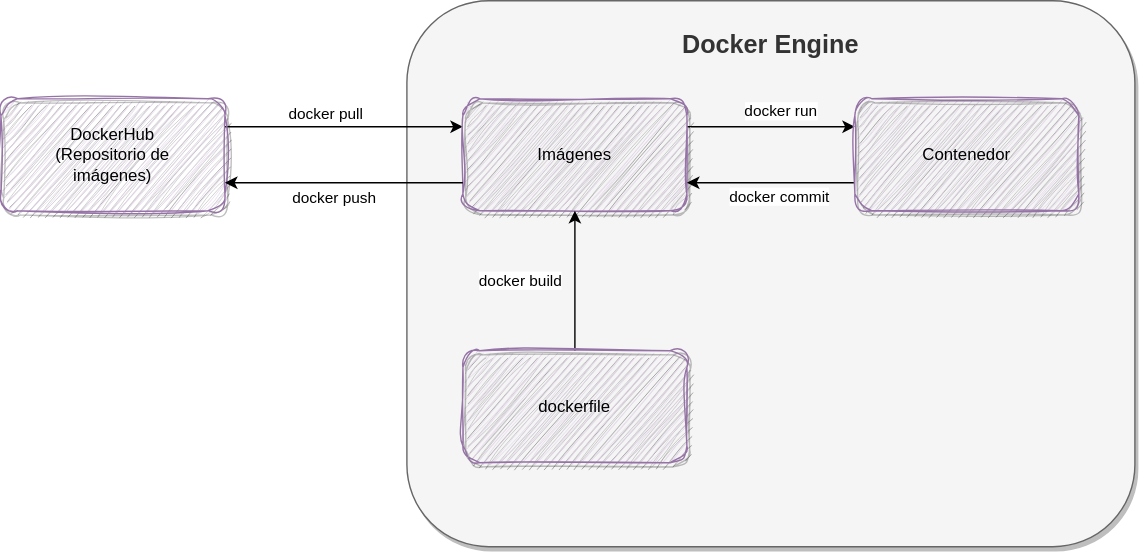
Earlier version of the draw.io export diagramas/workflow.drawio.svg (pabpereza/curso-docker). Source tidied: cells renumbered, new cells last; positions are measured from the earlier drawing's top-left corner, leaving out a move shared by most shapes. Its diagram source:
```xml
<mxGraphModel>
  <root>
    <mxCell id="0" />
    <mxCell id="1" parent="0" />
    <mxCell id="2" value="&lt;h2&gt;Docker Engine&lt;/h2&gt;" style="rounded=1;whiteSpace=wrap;html=1;verticalAlign=top;fillColor=#f5f5f5;strokeColor=#666666;glass=0;shadow=1;fontColor=#333333;" parent="1" vertex="1">
      <mxGeometry x="290" width="520" height="390" as="geometry" />
    </mxCell>
    <mxCell id="3" style="edgeStyle=none;html=1;exitX=1;exitY=0.25;exitDx=0;exitDy=0;entryX=0;entryY=0.25;entryDx=0;entryDy=0;flowAnimation=0;" parent="1" edge="1" source="5" target="8">
      <mxGeometry relative="1" as="geometry" />
    </mxCell>
    <mxCell id="4" value="docker pull" style="edgeLabel;html=1;align=center;verticalAlign=middle;" parent="3" vertex="1">
      <mxGeometry x="-0.27" y="-1" relative="1" as="geometry">
        <mxPoint x="9" y="-11" as="offset" />
      </mxGeometry>
    </mxCell>
    <mxCell id="5" value="DockerHub&lt;br&gt;(Repositorio de&lt;br&gt;imágenes)" style="rounded=1;whiteSpace=wrap;html=1;sketch=1;curveFitting=1;jiggle=2;fillColor=#e1d5e7;strokeColor=#9673a6;shadow=1;" parent="1" vertex="1">
      <mxGeometry y="70" width="160" height="80" as="geometry" />
    </mxCell>
    <mxCell id="6" style="edgeStyle=none;html=1;exitX=1;exitY=0.25;exitDx=0;exitDy=0;entryX=0;entryY=0.25;entryDx=0;entryDy=0;" parent="1" edge="1" source="8" target="13">
      <mxGeometry relative="1" as="geometry" />
    </mxCell>
    <mxCell id="7" value="docker run" style="edgeLabel;html=1;align=center;verticalAlign=middle;" parent="6" vertex="1">
      <mxGeometry x="0.41" relative="1" as="geometry">
        <mxPoint x="-18" y="-12" as="offset" />
      </mxGeometry>
    </mxCell>
    <mxCell id="8" value="Imágenes" style="rounded=1;whiteSpace=wrap;html=1;sketch=1;curveFitting=1;jiggle=2;fillColor=#e1d5e7;strokeColor=#9673a6;shadow=1;" parent="1" vertex="1">
      <mxGeometry x="330" y="70" width="160" height="80" as="geometry" />
    </mxCell>
    <mxCell id="9" style="edgeStyle=none;html=1;exitX=0;exitY=0.75;exitDx=0;exitDy=0;entryX=1;entryY=0.75;entryDx=0;entryDy=0;" parent="1" edge="1" source="8" target="5">
      <mxGeometry relative="1" as="geometry" />
    </mxCell>
    <mxCell id="10" value="docker push" style="edgeLabel;html=1;align=center;verticalAlign=middle;" parent="9" vertex="1">
      <mxGeometry x="-0.27" y="-1" relative="1" as="geometry">
        <mxPoint x="-30" y="11" as="offset" />
      </mxGeometry>
    </mxCell>
    <mxCell id="11" style="edgeStyle=none;html=1;exitX=0;exitY=0.75;exitDx=0;exitDy=0;entryX=1;entryY=0.75;entryDx=0;entryDy=0;" parent="1" edge="1" source="13" target="8">
      <mxGeometry relative="1" as="geometry" />
    </mxCell>
    <mxCell id="12" value="docker commit" style="edgeLabel;html=1;align=center;verticalAlign=middle;" parent="11" vertex="1">
      <mxGeometry x="-0.53" y="1" relative="1" as="geometry">
        <mxPoint x="-27" y="8" as="offset" />
      </mxGeometry>
    </mxCell>
    <mxCell id="13" value="Contenedor" style="rounded=1;whiteSpace=wrap;html=1;sketch=1;curveFitting=1;jiggle=2;fillColor=#e1d5e7;strokeColor=#9673a6;shadow=1;" parent="1" vertex="1">
      <mxGeometry x="610" y="70" width="160" height="80" as="geometry" />
    </mxCell>
    <mxCell id="14" style="edgeStyle=none;html=1;entryX=0.5;entryY=1;entryDx=0;entryDy=0;" parent="1" edge="1" source="16" target="8">
      <mxGeometry relative="1" as="geometry" />
    </mxCell>
    <mxCell id="15" value="docker build" style="edgeLabel;html=1;align=center;verticalAlign=middle;" parent="14" vertex="1">
      <mxGeometry x="0.28" y="1" relative="1" as="geometry">
        <mxPoint x="-39" y="14" as="offset" />
      </mxGeometry>
    </mxCell>
    <mxCell id="16" value="dockerfile" style="rounded=1;whiteSpace=wrap;html=1;sketch=1;curveFitting=1;jiggle=2;fillColor=#e1d5e7;strokeColor=#9673a6;shadow=1;" parent="1" vertex="1">
      <mxGeometry x="330" y="250" width="160" height="80" as="geometry" />
    </mxCell>
  </root>
</mxGraphModel>
```
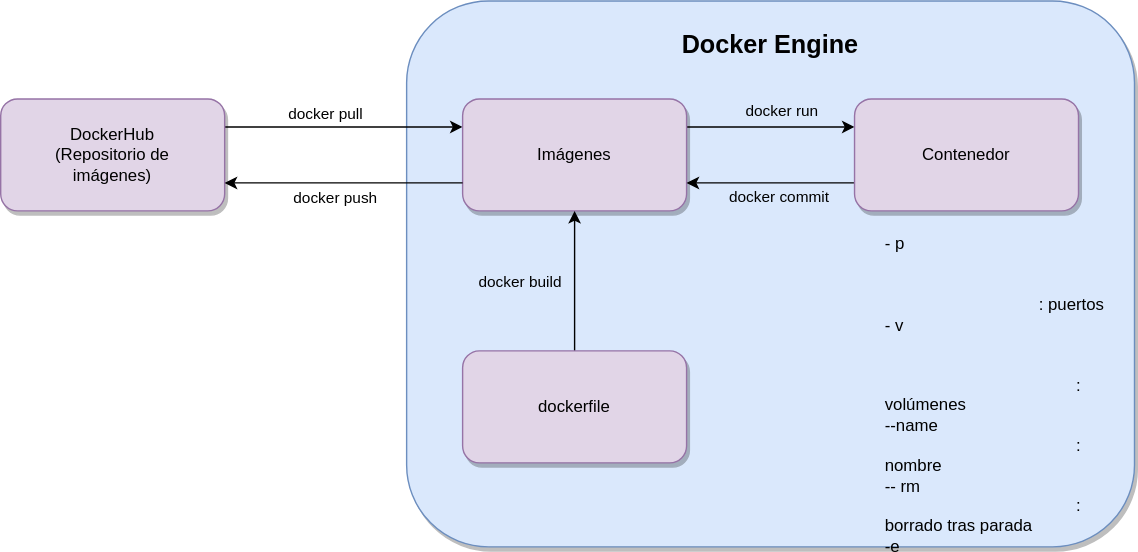
After the commit.

Commit message:
Add Docker and microservices migration guide

Change to the diagram source:
```diff
@@ -2,7 +2,7 @@
   <root>
     <mxCell id="0" />
     <mxCell id="1" parent="0" />
-    <mxCell id="2" value="&lt;h2&gt;Docker Engine&lt;/h2&gt;" style="rounded=1;whiteSpace=wrap;html=1;verticalAlign=top;fillColor=#f5f5f5;strokeColor=#666666;glass=0;shadow=1;fontColor=#333333;" parent="1" vertex="1">
+    <mxCell id="2" value="&lt;h2&gt;Docker Engine&lt;/h2&gt;" style="rounded=1;whiteSpace=wrap;html=1;verticalAlign=top;glass=0;shadow=1;fillColor=#dae8fc;strokeColor=#6c8ebf;" parent="1" vertex="1">
       <mxGeometry x="290" width="520" height="390" as="geometry" />
     </mxCell>
     <mxCell id="3" style="edgeStyle=none;html=1;exitX=1;exitY=0.25;exitDx=0;exitDy=0;entryX=0;entryY=0.25;entryDx=0;entryDy=0;flowAnimation=0;" parent="1" edge="1" source="5" target="8">
@@ -13,18 +13,18 @@
         <mxPoint x="9" y="-11" as="offset" />
       </mxGeometry>
     </mxCell>
-    <mxCell id="5" value="DockerHub&lt;br&gt;(Repositorio de&lt;br&gt;imágenes)" style="rounded=1;whiteSpace=wrap;html=1;sketch=1;curveFitting=1;jiggle=2;fillColor=#e1d5e7;strokeColor=#9673a6;shadow=1;" parent="1" vertex="1">
+    <mxCell id="5" value="DockerHub&lt;br&gt;(Repositorio de&lt;br&gt;imágenes)" style="rounded=1;whiteSpace=wrap;html=1;fillColor=#e1d5e7;strokeColor=#9673a6;shadow=1;" parent="1" vertex="1">
       <mxGeometry y="70" width="160" height="80" as="geometry" />
     </mxCell>
     <mxCell id="6" style="edgeStyle=none;html=1;exitX=1;exitY=0.25;exitDx=0;exitDy=0;entryX=0;entryY=0.25;entryDx=0;entryDy=0;" parent="1" edge="1" source="8" target="13">
       <mxGeometry relative="1" as="geometry" />
     </mxCell>
-    <mxCell id="7" value="docker run" style="edgeLabel;html=1;align=center;verticalAlign=middle;" parent="6" vertex="1">
+    <mxCell id="7" value="docker run" style="edgeLabel;html=1;align=center;verticalAlign=middle;labelBackgroundColor=none;" parent="6" vertex="1">
       <mxGeometry x="0.41" relative="1" as="geometry">
         <mxPoint x="-18" y="-12" as="offset" />
       </mxGeometry>
     </mxCell>
-    <mxCell id="8" value="Imágenes" style="rounded=1;whiteSpace=wrap;html=1;sketch=1;curveFitting=1;jiggle=2;fillColor=#e1d5e7;strokeColor=#9673a6;shadow=1;" parent="1" vertex="1">
+    <mxCell id="8" value="Imágenes" style="rounded=1;whiteSpace=wrap;html=1;fillColor=#e1d5e7;strokeColor=#9673a6;shadow=1;" parent="1" vertex="1">
       <mxGeometry x="330" y="70" width="160" height="80" as="geometry" />
     </mxCell>
     <mxCell id="9" style="edgeStyle=none;html=1;exitX=0;exitY=0.75;exitDx=0;exitDy=0;entryX=1;entryY=0.75;entryDx=0;entryDy=0;" parent="1" edge="1" source="8" target="5">
@@ -38,24 +38,27 @@
     <mxCell id="11" style="edgeStyle=none;html=1;exitX=0;exitY=0.75;exitDx=0;exitDy=0;entryX=1;entryY=0.75;entryDx=0;entryDy=0;" parent="1" edge="1" source="13" target="8">
       <mxGeometry relative="1" as="geometry" />
     </mxCell>
-    <mxCell id="12" value="docker commit" style="edgeLabel;html=1;align=center;verticalAlign=middle;" parent="11" vertex="1">
+    <mxCell id="12" value="docker commit" style="edgeLabel;html=1;align=center;verticalAlign=middle;labelBackgroundColor=none;" parent="11" vertex="1">
       <mxGeometry x="-0.53" y="1" relative="1" as="geometry">
         <mxPoint x="-27" y="8" as="offset" />
       </mxGeometry>
     </mxCell>
-    <mxCell id="13" value="Contenedor" style="rounded=1;whiteSpace=wrap;html=1;sketch=1;curveFitting=1;jiggle=2;fillColor=#e1d5e7;strokeColor=#9673a6;shadow=1;" parent="1" vertex="1">
+    <mxCell id="13" value="Contenedor" style="rounded=1;whiteSpace=wrap;html=1;fillColor=#e1d5e7;strokeColor=#9673a6;shadow=1;" parent="1" vertex="1">
       <mxGeometry x="610" y="70" width="160" height="80" as="geometry" />
     </mxCell>
     <mxCell id="14" style="edgeStyle=none;html=1;entryX=0.5;entryY=1;entryDx=0;entryDy=0;" parent="1" edge="1" source="16" target="8">
       <mxGeometry relative="1" as="geometry" />
     </mxCell>
-    <mxCell id="15" value="docker build" style="edgeLabel;html=1;align=center;verticalAlign=middle;" parent="14" vertex="1">
+    <mxCell id="15" value="docker build" style="edgeLabel;html=1;align=center;verticalAlign=middle;labelBackgroundColor=none;" parent="14" vertex="1">
       <mxGeometry x="0.28" y="1" relative="1" as="geometry">
         <mxPoint x="-39" y="14" as="offset" />
       </mxGeometry>
     </mxCell>
-    <mxCell id="16" value="dockerfile" style="rounded=1;whiteSpace=wrap;html=1;sketch=1;curveFitting=1;jiggle=2;fillColor=#e1d5e7;strokeColor=#9673a6;shadow=1;" parent="1" vertex="1">
+    <mxCell id="16" value="dockerfile" style="rounded=1;whiteSpace=wrap;html=1;fillColor=#e1d5e7;strokeColor=#9673a6;shadow=1;" parent="1" vertex="1">
       <mxGeometry x="330" y="250" width="160" height="80" as="geometry" />
     </mxCell>
+    <mxCell id="17" value="- p&lt;span style=&quot;white-space: pre;&quot;&gt;&#9;&lt;span style=&quot;white-space: pre;&quot;&gt;&#9;&lt;/span&gt;&lt;/span&gt;: puertos&lt;br&gt;&lt;div style=&quot;&quot;&gt;&lt;span style=&quot;background-color: initial;&quot;&gt;- v&lt;span style=&quot;white-space: pre;&quot;&gt;&#9;&lt;span style=&quot;white-space: pre;&quot;&gt;&#9;&lt;/span&gt;&lt;/span&gt;: volúmenes&lt;/span&gt;&lt;/div&gt;&lt;div style=&quot;&quot;&gt;&lt;span style=&quot;background-color: initial;&quot;&gt;--name&lt;span style=&quot;white-space: pre;&quot;&gt;&#9;&lt;/span&gt;: nombre&lt;/span&gt;&lt;/div&gt;&lt;div style=&quot;&quot;&gt;&lt;span style=&quot;background-color: initial;&quot;&gt;-- rm&lt;span style=&quot;white-space: pre;&quot;&gt;&#9;&lt;/span&gt;: borrado tras parada&lt;/span&gt;&lt;/div&gt;&lt;div style=&quot;&quot;&gt;&lt;span style=&quot;background-color: initial;&quot;&gt;-e&lt;span style=&quot;white-space: pre;&quot;&gt;&#9;&lt;/span&gt;&lt;span style=&quot;white-space: pre;&quot;&gt;&#9;&lt;/span&gt;: variable de entorno&lt;/span&gt;&lt;/div&gt;" style="text;html=1;strokeColor=none;fillColor=none;align=left;verticalAlign=top;whiteSpace=wrap;rounded=0;shadow=1;glass=0;labelBackgroundColor=none;sketch=0;horizontal=1;" parent="1" vertex="1">
+      <mxGeometry x="630" y="160" width="170" height="130" as="geometry" />
+    </mxCell>
   </root>
 </mxGraphModel>
```
